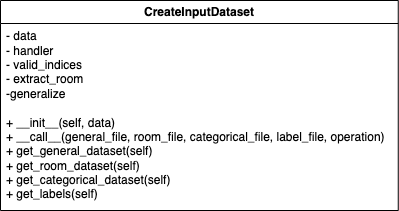
Before: Final Report/figures/uml_create_input_dataset.png, a diagram exported from draw.io (luowx0905/Individual-Project). Source tidied: cells renumbered, new cells last; positions are measured from the earlier drawing's top-left corner, leaving out a move shared by most shapes.
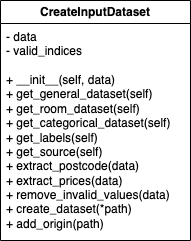
After the commit.

Change to the diagram source:
```diff
@@ -3,10 +3,10 @@
     <mxCell id="0" />
     <mxCell id="1" parent="0" />
     <mxCell id="2" value="CreateInputDataset" style="swimlane;whiteSpace=wrap;" parent="1" vertex="1">
-      <mxGeometry width="397.8" height="210" as="geometry" />
+      <mxGeometry width="190" height="240" as="geometry" />
     </mxCell>
-    <mxCell id="3" value="- data&lt;br&gt;- handler&lt;br&gt;- valid_indices&lt;br&gt;- extract_room&lt;br&gt;-generalize&lt;br&gt;&lt;br&gt;+ __init__(self, data)&lt;br&gt;+ __call__(general_file, room_file, categorical_file, label_file, operation)&lt;br&gt;+ get_general_dataset(self)&lt;br&gt;+ get_room_dataset(self)&lt;br&gt;+ get_categorical_dataset(self)&lt;br&gt;+ get_labels(self)" style="text;html=1;align=left;verticalAlign=middle;strokeColor=none;fillColor=none;" parent="2" vertex="1">
-      <mxGeometry x="3.9" y="30" width="390" height="170" as="geometry" />
+    <mxCell id="3" value="- data&lt;br&gt;- valid_indices&lt;br&gt;&lt;br&gt;+ __init__(self, data)&lt;br&gt;+ get_general_dataset(self)&lt;br&gt;+ get_room_dataset(self)&lt;br&gt;+ get_categorical_dataset(self)&lt;br&gt;+ get_labels(self)&lt;br&gt;+ get_source(self)&lt;br&gt;+ extract_postcode(data)&lt;br&gt;+ extract_prices(data)&lt;br&gt;+ remove_invalid_values(data)&lt;br&gt;+ create_dataset(*path)&lt;br&gt;+ add_origin(path)" style="text;html=1;align=left;verticalAlign=middle;strokeColor=none;fillColor=none;" parent="2" vertex="1">
+      <mxGeometry x="3.9" y="30" width="180" height="200" as="geometry" />
     </mxCell>
   </root>
 </mxGraphModel>
```
